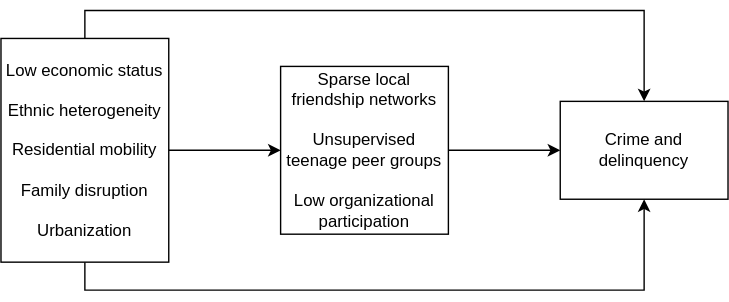
cllghn/sdt keeps this draw.io diagram as assests/sampson_grover_causal_model.svg. Above is the earlier version. Source tidied: cells renumbered, new cells last; positions are measured from the earlier drawing's top-left corner, leaving out a move shared by most shapes. Its diagram source:
```xml
<mxGraphModel>
  <root>
    <mxCell id="0" />
    <mxCell id="1" parent="0" />
    <mxCell id="2" style="edgeStyle=orthogonalEdgeStyle;rounded=0;jettySize=auto;html=1;entryX=0;entryY=0.5;entryDx=0;entryDy=0;" parent="1" edge="1" source="5" target="7">
      <mxGeometry relative="1" as="geometry" />
    </mxCell>
    <mxCell id="3" style="edgeStyle=orthogonalEdgeStyle;rounded=0;jettySize=auto;html=1;exitX=0.5;exitY=0;exitDx=0;exitDy=0;entryX=0.5;entryY=0;entryDx=0;entryDy=0;" parent="1" edge="1" source="5" target="8">
      <mxGeometry relative="1" as="geometry" />
    </mxCell>
    <mxCell id="4" style="edgeStyle=orthogonalEdgeStyle;rounded=0;jettySize=auto;html=1;entryX=0.5;entryY=1;entryDx=0;entryDy=0;" parent="1" edge="1" source="5" target="8">
      <mxGeometry relative="1" as="geometry">
        <Array as="points">
          <mxPoint x="60" y="180" />
          <mxPoint x="460" y="180" />
        </Array>
      </mxGeometry>
    </mxCell>
    <mxCell id="5" value="&lt;div&gt;Low economic status&lt;/div&gt;&lt;div&gt;&lt;br&gt;&lt;/div&gt;&lt;div&gt;Ethnic heterogeneity&lt;/div&gt;&lt;div&gt;&lt;br&gt;&lt;/div&gt;&lt;div&gt;Residential mobility&lt;/div&gt;&lt;div&gt;&lt;br&gt;&lt;/div&gt;&lt;div&gt;Family disruption&lt;/div&gt;&lt;div&gt;&lt;br&gt;&lt;/div&gt;&lt;div&gt;Urbanization&lt;br&gt;&lt;/div&gt;" style="rounded=0;whiteSpace=wrap;html=1;" parent="1" vertex="1">
      <mxGeometry width="120" height="160" as="geometry" />
    </mxCell>
    <mxCell id="6" style="edgeStyle=orthogonalEdgeStyle;rounded=0;jettySize=auto;html=1;entryX=0;entryY=0.5;entryDx=0;entryDy=0;" parent="1" edge="1" source="7" target="8">
      <mxGeometry relative="1" as="geometry" />
    </mxCell>
    <mxCell id="7" value="&lt;div&gt;Sparse local friendship networks&lt;/div&gt;&lt;div&gt;&lt;br&gt;&lt;/div&gt;&lt;div&gt;Unsupervised teenage peer groups&lt;/div&gt;&lt;div&gt;&lt;br&gt;&lt;/div&gt;&lt;div&gt;Low organizational participation&lt;br&gt;&lt;/div&gt;" style="rounded=0;whiteSpace=wrap;html=1;" parent="1" vertex="1">
      <mxGeometry x="200" y="20" width="120" height="120" as="geometry" />
    </mxCell>
    <mxCell id="8" value="Crime and delinquency" style="rounded=0;whiteSpace=wrap;html=1;" parent="1" vertex="1">
      <mxGeometry x="400" y="45" width="120" height="70" as="geometry" />
    </mxCell>
  </root>
</mxGraphModel>
```
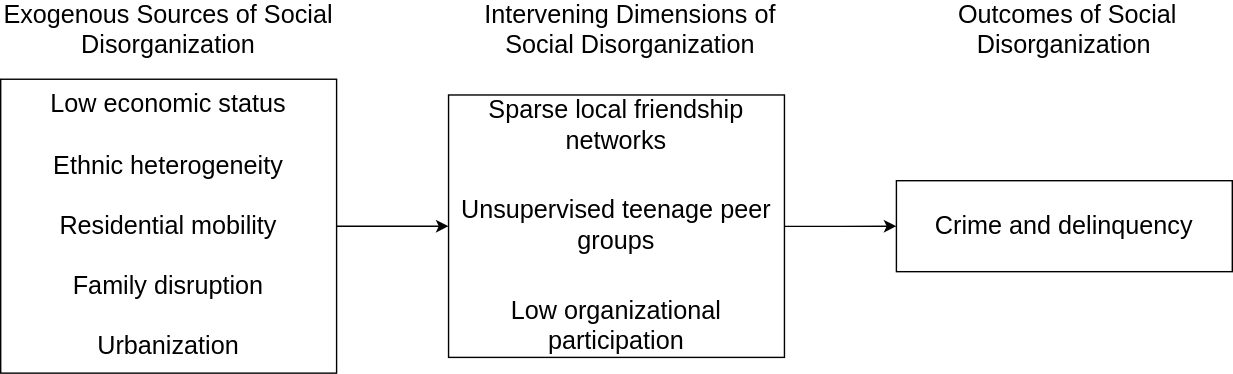
The same file after the commit.

The edit, as a diff of the source:
```diff
@@ -5,28 +5,26 @@
     <mxCell id="2" style="edgeStyle=orthogonalEdgeStyle;rounded=0;jettySize=auto;html=1;entryX=0;entryY=0.5;entryDx=0;entryDy=0;" parent="1" edge="1" source="5" target="7">
       <mxGeometry relative="1" as="geometry" />
     </mxCell>
-    <mxCell id="3" style="edgeStyle=orthogonalEdgeStyle;rounded=0;jettySize=auto;html=1;exitX=0.5;exitY=0;exitDx=0;exitDy=0;entryX=0.5;entryY=0;entryDx=0;entryDy=0;" parent="1" edge="1" source="5" target="8">
-      <mxGeometry relative="1" as="geometry" />
-    </mxCell>
-    <mxCell id="4" style="edgeStyle=orthogonalEdgeStyle;rounded=0;jettySize=auto;html=1;entryX=0.5;entryY=1;entryDx=0;entryDy=0;" parent="1" edge="1" source="5" target="8">
-      <mxGeometry relative="1" as="geometry">
-        <Array as="points">
-          <mxPoint x="60" y="180" />
-          <mxPoint x="460" y="180" />
-        </Array>
-      </mxGeometry>
-    </mxCell>
-    <mxCell id="5" value="&lt;div&gt;Low economic status&lt;/div&gt;&lt;div&gt;&lt;br&gt;&lt;/div&gt;&lt;div&gt;Ethnic heterogeneity&lt;/div&gt;&lt;div&gt;&lt;br&gt;&lt;/div&gt;&lt;div&gt;Residential mobility&lt;/div&gt;&lt;div&gt;&lt;br&gt;&lt;/div&gt;&lt;div&gt;Family disruption&lt;/div&gt;&lt;div&gt;&lt;br&gt;&lt;/div&gt;&lt;div&gt;Urbanization&lt;br&gt;&lt;/div&gt;" style="rounded=0;whiteSpace=wrap;html=1;" parent="1" vertex="1">
-      <mxGeometry width="120" height="160" as="geometry" />
+    <mxCell id="5" value="&lt;div&gt;&lt;font style=&quot;font-size: 18px;&quot;&gt;Low economic status&lt;/font&gt;&lt;/div&gt;&lt;div&gt;&lt;font style=&quot;font-size: 18px;&quot;&gt;&lt;br&gt;&lt;/font&gt;&lt;/div&gt;&lt;div&gt;&lt;font style=&quot;font-size: 18px;&quot;&gt;Ethnic heterogeneity&lt;/font&gt;&lt;/div&gt;&lt;div&gt;&lt;font style=&quot;font-size: 18px;&quot;&gt;&lt;br&gt;&lt;/font&gt;&lt;/div&gt;&lt;div&gt;&lt;font style=&quot;font-size: 18px;&quot;&gt;Residential mobility&lt;/font&gt;&lt;/div&gt;&lt;div&gt;&lt;font style=&quot;font-size: 18px;&quot;&gt;&lt;br&gt;&lt;/font&gt;&lt;/div&gt;&lt;div&gt;&lt;font style=&quot;font-size: 18px;&quot;&gt;Family disruption&lt;/font&gt;&lt;/div&gt;&lt;div&gt;&lt;font style=&quot;font-size: 18px;&quot;&gt;&lt;br&gt;&lt;/font&gt;&lt;/div&gt;&lt;div&gt;&lt;font style=&quot;font-size: 18px;&quot;&gt;Urbanization&lt;br&gt;&lt;/font&gt;&lt;/div&gt;" style="rounded=0;whiteSpace=wrap;html=1;" parent="1" vertex="1">
+      <mxGeometry y="80" width="240" height="210" as="geometry" />
     </mxCell>
     <mxCell id="6" style="edgeStyle=orthogonalEdgeStyle;rounded=0;jettySize=auto;html=1;entryX=0;entryY=0.5;entryDx=0;entryDy=0;" parent="1" edge="1" source="7" target="8">
       <mxGeometry relative="1" as="geometry" />
     </mxCell>
-    <mxCell id="7" value="&lt;div&gt;Sparse local friendship networks&lt;/div&gt;&lt;div&gt;&lt;br&gt;&lt;/div&gt;&lt;div&gt;Unsupervised teenage peer groups&lt;/div&gt;&lt;div&gt;&lt;br&gt;&lt;/div&gt;&lt;div&gt;Low organizational participation&lt;br&gt;&lt;/div&gt;" style="rounded=0;whiteSpace=wrap;html=1;" parent="1" vertex="1">
-      <mxGeometry x="200" y="20" width="120" height="120" as="geometry" />
+    <mxCell id="7" value="&lt;div&gt;&lt;font style=&quot;font-size: 18px;&quot;&gt;Sparse local friendship networks&lt;/font&gt;&lt;/div&gt;&lt;div&gt;&lt;font style=&quot;font-size: 24px;&quot;&gt;&lt;br&gt;&lt;/font&gt;&lt;/div&gt;&lt;div&gt;&lt;font style=&quot;font-size: 18px;&quot;&gt;Unsupervised teenage peer groups&lt;/font&gt;&lt;/div&gt;&lt;div&gt;&lt;font style=&quot;font-size: 24px;&quot;&gt;&lt;br&gt;&lt;/font&gt;&lt;/div&gt;&lt;div&gt;&lt;font style=&quot;font-size: 18px;&quot;&gt;Low organizational participation&lt;/font&gt;&lt;br&gt;&lt;/div&gt;" style="rounded=0;whiteSpace=wrap;html=1;" parent="1" vertex="1">
+      <mxGeometry x="320" y="91.2" width="240" height="187.5" as="geometry" />
     </mxCell>
-    <mxCell id="8" value="Crime and delinquency" style="rounded=0;whiteSpace=wrap;html=1;" parent="1" vertex="1">
-      <mxGeometry x="400" y="45" width="120" height="70" as="geometry" />
+    <mxCell id="8" value="&lt;div&gt;&lt;font style=&quot;font-size: 18px;&quot;&gt;Crime and delinquency&lt;/font&gt;&lt;/div&gt;" style="rounded=0;whiteSpace=wrap;html=1;" parent="1" vertex="1">
+      <mxGeometry x="640" y="152.5" width="240" height="65" as="geometry" />
     </mxCell>
+    <mxCell id="9" value="&lt;font style=&quot;font-size: 18px;&quot;&gt;Exogenous Sources of Social Disorganization&lt;/font&gt;" style="text;html=1;strokeColor=none;fillColor=none;align=center;verticalAlign=middle;whiteSpace=wrap;rounded=0;" parent="1" vertex="1">
+      <mxGeometry y="30" width="240" height="30" as="geometry" />
+    </mxCell>
+    <mxCell id="10" value="&lt;font style=&quot;font-size: 18px;&quot;&gt;&amp;nbsp;Outcomes of Social Disorganization&lt;/font&gt;" style="text;html=1;strokeColor=none;fillColor=none;align=center;verticalAlign=middle;whiteSpace=wrap;rounded=0;" parent="1" vertex="1">
+      <mxGeometry x="640" y="30" width="240" height="30" as="geometry" />
+    </mxCell>
+    <mxCell id="11" value="&lt;font style=&quot;font-size: 18px;&quot;&gt;Intervening Dimensions of Social Disorganization&lt;/font&gt;" style="text;html=1;strokeColor=none;fillColor=none;align=center;verticalAlign=middle;whiteSpace=wrap;rounded=0;" parent="1" vertex="1">
+      <mxGeometry x="330" y="30" width="240" height="30" as="geometry" />
+    </mxCell>
   </root>
 </mxGraphModel>
```
